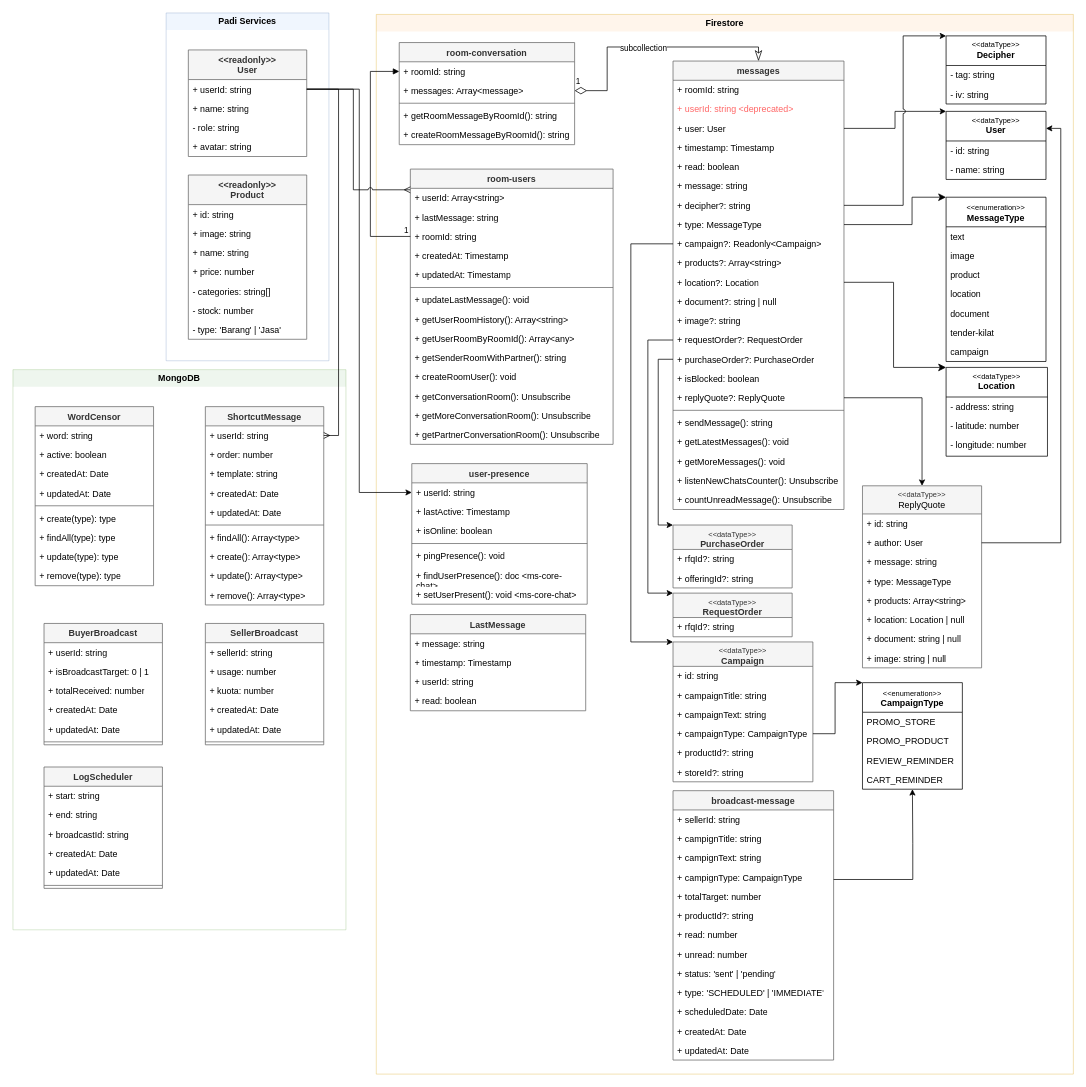
The draw.io diagram page "Class Diagram" (3 of 8) of System Design Padi Chat.drawio in yogiprsetya/app.diagrams.net, before the edit. Source tidied: cells renumbered, new cells numbered last; positions are measured from the earlier drawing's top-left corner, leaving out a move shared by most shapes. Both pictures are drawn from the tidied source at 74%, with x=0, y=0 at pixel (13, 13).
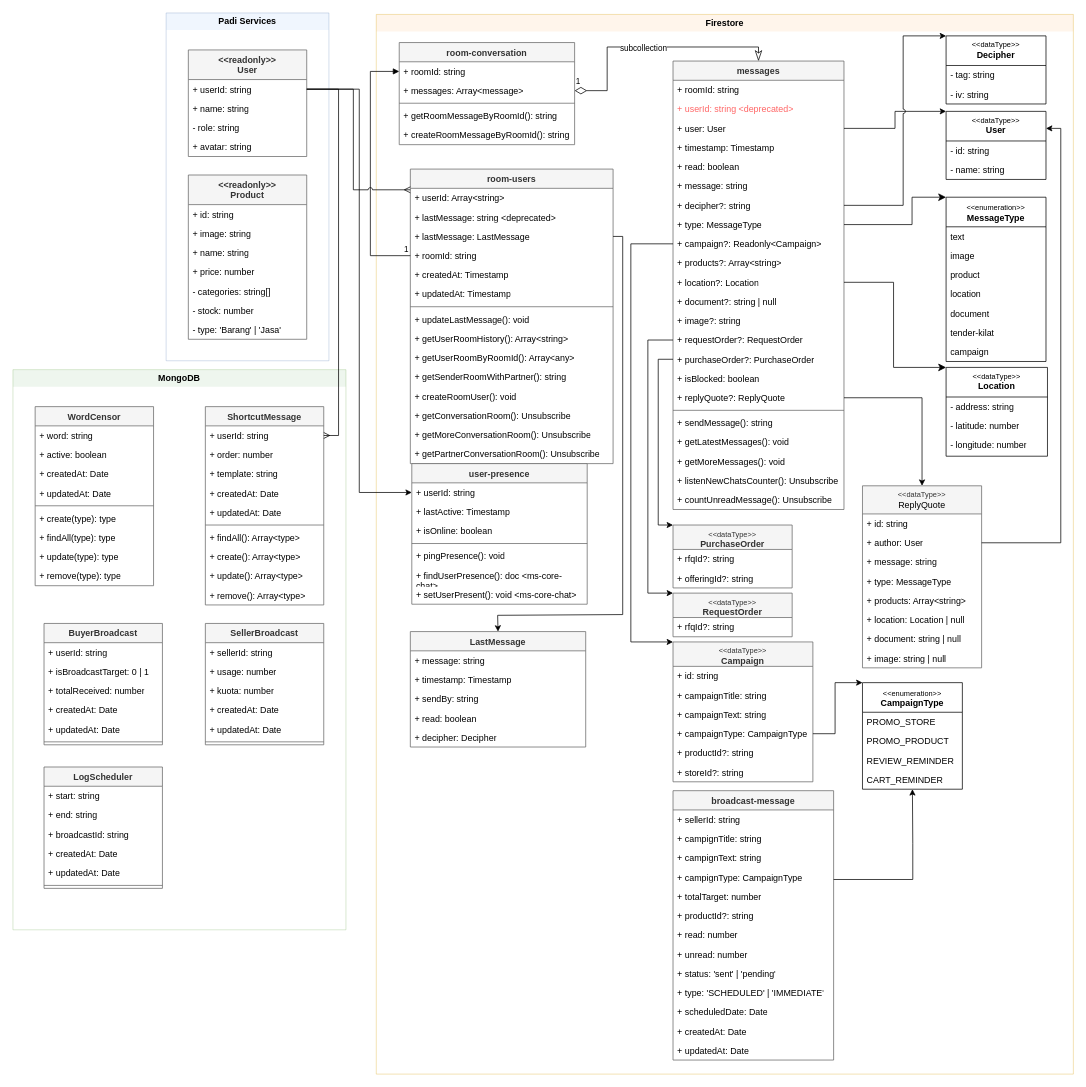
Above is the later version.

The change refers to these unchanged cells:
```xml
<mxCell id="2" value="Firestore" style="swimlane;whiteSpace=wrap;html=1;fillColor=#ffe6cc;strokeColor=#d79b00;swimlaneLine=0;opacity=40;" parent="1" vertex="1">
  <mxGeometry x="491" y="2" width="942" height="1432" as="geometry" />
</mxCell>
<mxCell id="125" value="+ &lt;span class=&quot;database-key&quot;&gt;roomId&lt;/span&gt;: string" style="text;strokeColor=none;fillColor=none;align=left;verticalAlign=top;spacingLeft=4;spacingRight=4;overflow=hidden;points=[[0,0.5],[1,0.5]];portConstraint=eastwest;whiteSpace=wrap;html=1;" parent="124" vertex="1">
  <mxGeometry y="26" width="237" height="26" as="geometry" />
</mxCell>
```

The edit, as a diff of the source:
```diff
@@
     <mxCell id="15" value="room-users" style="swimlane;fontStyle=1;align=center;verticalAlign=top;horizontal=1;startSize=26;whiteSpace=wrap;html=1;fillColor=#f5f5f5;fontColor=#333333;strokeColor=#666666;" parent="2" vertex="1">
-      <mxGeometry x="46" y="209" width="274" height="372" as="geometry" />
+      <mxGeometry x="46" y="209" width="274" height="398" as="geometry" />
     </mxCell>
@@
-    <mxCell id="17" value="+ &lt;span class=&quot;database-key&quot;&gt;lastMessage&lt;/span&gt;: string" style="text;strokeColor=none;fillColor=none;align=left;verticalAlign=top;spacingLeft=4;spacingRight=4;overflow=hidden;whiteSpace=wrap;html=1;" parent="15" vertex="1">
+    <mxCell id="17" value="&lt;span style=&quot;color: light-dark(rgb(0, 0, 0), rgb(255, 0, 0));&quot;&gt;+ &lt;span class=&quot;database-key&quot;&gt;lastMessage&lt;/span&gt;: string&amp;nbsp;&amp;lt;deprecated&amp;gt;&lt;/span&gt;" style="text;strokeColor=none;fillColor=none;align=left;verticalAlign=top;spacingLeft=4;spacingRight=4;overflow=hidden;whiteSpace=wrap;html=1;" parent="15" vertex="1">
       <mxGeometry y="52" width="274" height="26" as="geometry" />
     </mxCell>
+    <mxCell id="194" value="+ &lt;span class=&quot;database-key&quot;&gt;lastMessage&lt;/span&gt;:&amp;nbsp;&lt;span class=&quot;database-key&quot;&gt;LastMessage&lt;/span&gt;" style="text;strokeColor=none;fillColor=none;align=left;verticalAlign=top;spacingLeft=4;spacingRight=4;overflow=hidden;points=[[0,0.5],[1,0.5]];portConstraint=eastwest;whiteSpace=wrap;html=1;" parent="15" vertex="1">
+      <mxGeometry y="78" width="274" height="26" as="geometry" />
+    </mxCell>
     <mxCell id="18" value="+ &lt;span class=&quot;database-key&quot;&gt;roomId&lt;/span&gt;: string" style="text;strokeColor=none;fillColor=none;align=left;verticalAlign=top;spacingLeft=4;spacingRight=4;overflow=hidden;points=[[0,0.5],[1,0.5]];portConstraint=eastwest;whiteSpace=wrap;html=1;" parent="15" vertex="1">
-      <mxGeometry y="78" width="274" height="26" as="geometry" />
+      <mxGeometry y="104" width="274" height="26" as="geometry" />
     </mxCell>
     <mxCell id="19" value="+ &lt;span class=&quot;database-key&quot;&gt;createdAt&lt;/span&gt;: Timestamp" style="text;strokeColor=none;fillColor=none;align=left;verticalAlign=top;spacingLeft=4;spacingRight=4;overflow=hidden;whiteSpace=wrap;html=1;" parent="15" vertex="1">
-      <mxGeometry y="104" width="274" height="26" as="geometry" />
+      <mxGeometry y="130" width="274" height="26" as="geometry" />
     </mxCell>
     <mxCell id="20" value="+ &lt;span class=&quot;database-key&quot;&gt;updatedAt&lt;/span&gt;: Timestamp" style="text;strokeColor=none;fillColor=none;align=left;verticalAlign=top;spacingLeft=4;spacingRight=4;overflow=hidden;whiteSpace=wrap;html=1;" parent="15" vertex="1">
-      <mxGeometry y="130" width="274" height="26" as="geometry" />
+      <mxGeometry y="156" width="274" height="26" as="geometry" />
     </mxCell>
     <mxCell id="21" style="line;strokeWidth=1;fillColor=none;align=left;verticalAlign=middle;spacingTop=-1;spacingLeft=3;spacingRight=3;labelPosition=right;strokeColor=inherit;" parent="15" vertex="1">
-      <mxGeometry y="156" width="274" height="8" as="geometry" />
+      <mxGeometry y="182" width="274" height="8" as="geometry" />
     </mxCell>
     <mxCell id="22" value="+ updateLastMessage(): void" style="text;strokeColor=none;fillColor=none;align=left;verticalAlign=top;spacingLeft=4;spacingRight=4;overflow=hidden;whiteSpace=wrap;html=1;" parent="15" vertex="1">
-      <mxGeometry y="164" width="274" height="26" as="geometry" />
+      <mxGeometry y="190" width="274" height="26" as="geometry" />
     </mxCell>
     <mxCell id="23" value="+ getUserRoomHistory(): Array&amp;lt;string&amp;gt;" style="text;strokeColor=none;fillColor=none;align=left;verticalAlign=top;spacingLeft=4;spacingRight=4;overflow=hidden;whiteSpace=wrap;html=1;" parent="15" vertex="1">
-      <mxGeometry y="190" width="274" height="26" as="geometry" />
+      <mxGeometry y="216" width="274" height="26" as="geometry" />
     </mxCell>
     <mxCell id="24" value="+ getUserRoomByRoomId(): Array&amp;lt;any&amp;gt;" style="text;strokeColor=none;fillColor=none;align=left;verticalAlign=top;spacingLeft=4;spacingRight=4;overflow=hidden;whiteSpace=wrap;html=1;" parent="15" vertex="1">
-      <mxGeometry y="216" width="274" height="26" as="geometry" />
+      <mxGeometry y="242" width="274" height="26" as="geometry" />
     </mxCell>
     <mxCell id="25" value="+ getSenderRoomWithPartner(): string" style="text;strokeColor=none;fillColor=none;align=left;verticalAlign=top;spacingLeft=4;spacingRight=4;overflow=hidden;whiteSpace=wrap;html=1;" parent="15" vertex="1">
-      <mxGeometry y="242" width="274" height="26" as="geometry" />
+      <mxGeometry y="268" width="274" height="26" as="geometry" />
     </mxCell>
     <mxCell id="26" value="+ createRoomUser(): void" style="text;strokeColor=none;fillColor=none;align=left;verticalAlign=top;spacingLeft=4;spacingRight=4;overflow=hidden;whiteSpace=wrap;html=1;" parent="15" vertex="1">
-      <mxGeometry y="268" width="274" height="26" as="geometry" />
+      <mxGeometry y="294" width="274" height="26" as="geometry" />
     </mxCell>
     <mxCell id="27" value="+ getConversationRoom(): Unsubscribe" style="text;strokeColor=none;fillColor=none;align=left;verticalAlign=top;spacingLeft=4;spacingRight=4;overflow=hidden;whiteSpace=wrap;html=1;" parent="15" vertex="1">
-      <mxGeometry y="294" width="274" height="26" as="geometry" />
+      <mxGeometry y="320" width="274" height="26" as="geometry" />
     </mxCell>
     <mxCell id="28" value="+ getMoreConversationRoom(): Unsubscribe" style="text;strokeColor=none;fillColor=none;align=left;verticalAlign=top;spacingLeft=4;spacingRight=4;overflow=hidden;whiteSpace=wrap;html=1;" parent="15" vertex="1">
-      <mxGeometry y="320" width="274" height="26" as="geometry" />
+      <mxGeometry y="346" width="274" height="26" as="geometry" />
     </mxCell>
     <mxCell id="29" value="+ getPartnerConversationRoom(): Unsubscribe" style="text;strokeColor=none;fillColor=none;align=left;verticalAlign=top;spacingLeft=4;spacingRight=4;overflow=hidden;whiteSpace=wrap;html=1;" parent="15" vertex="1">
-      <mxGeometry y="346" width="274" height="26" as="geometry" />
+      <mxGeometry y="372" width="274" height="26" as="geometry" />
     </mxCell>
@@
     <mxCell id="119" value="LastMessage" style="swimlane;fontStyle=1;align=center;verticalAlign=top;horizontal=1;startSize=26;whiteSpace=wrap;html=1;fillColor=#f5f5f5;fontColor=#333333;strokeColor=#666666;" parent="2" vertex="1">
-      <mxGeometry x="46" y="811" width="237" height="130" as="geometry" />
+      <mxGeometry x="46" y="834" width="237" height="156" as="geometry" />
     </mxCell>
@@
-    <mxCell id="122" value="+ userId: string" style="text;strokeColor=none;fillColor=none;align=left;verticalAlign=top;spacingLeft=4;spacingRight=4;overflow=hidden;whiteSpace=wrap;html=1;" parent="119" vertex="1">
+    <mxCell id="122" value="+ sendBy: string" style="text;strokeColor=none;fillColor=none;align=left;verticalAlign=top;spacingLeft=4;spacingRight=4;overflow=hidden;whiteSpace=wrap;html=1;" parent="119" vertex="1">
       <mxGeometry y="78" width="237" height="26" as="geometry" />
     </mxCell>
@@
+    <mxCell id="195" value="+ decipher: Decipher" style="text;strokeColor=none;fillColor=none;align=left;verticalAlign=top;spacingLeft=4;spacingRight=4;overflow=hidden;whiteSpace=wrap;html=1;" parent="119" vertex="1">
+      <mxGeometry y="130" width="237" height="26" as="geometry" />
+    </mxCell>
+    <mxCell id="196" style="endArrow=classic;html=1;rounded=0;entryX=0.5;entryY=0;entryDx=0;entryDy=0;exitX=1;exitY=0.5;exitDx=0;exitDy=0;" parent="2" edge="1" source="194" target="119">
+      <mxGeometry relative="1" as="geometry">
+        <Array as="points">
+          <mxPoint x="333" y="300" />
+          <mxPoint x="333" y="811" />
+          <mxPoint x="164" y="812" />
+        </Array>
+      </mxGeometry>
+    </mxCell>
@@
-    <mxCell id="132" style="endArrow=block;endFill=1;html=1;edgeStyle=orthogonalEdgeStyle;align=left;verticalAlign=top;rounded=0;exitX=0;exitY=0.5;exitDx=0;exitDy=0;entryX=0;entryY=0.5;entryDx=0;entryDy=0;" parent="1" edge="1" source="18" target="125">
+    <mxCell id="132" style="endArrow=block;endFill=1;html=1;edgeStyle=orthogonalEdgeStyle;align=left;verticalAlign=top;rounded=0;entryX=0;entryY=0.5;entryDx=0;entryDy=0;" parent="1" edge="1" source="18" target="125">
       <mxGeometry x="-0.89" y="11" relative="1" as="geometry">
         <Array as="points">
-          <mxPoint x="483" y="302" />
+          <mxPoint x="483" y="328" />
           <mxPoint x="483" y="79" />
         </Array>
       </mxGeometry>
     </mxCell>
```
